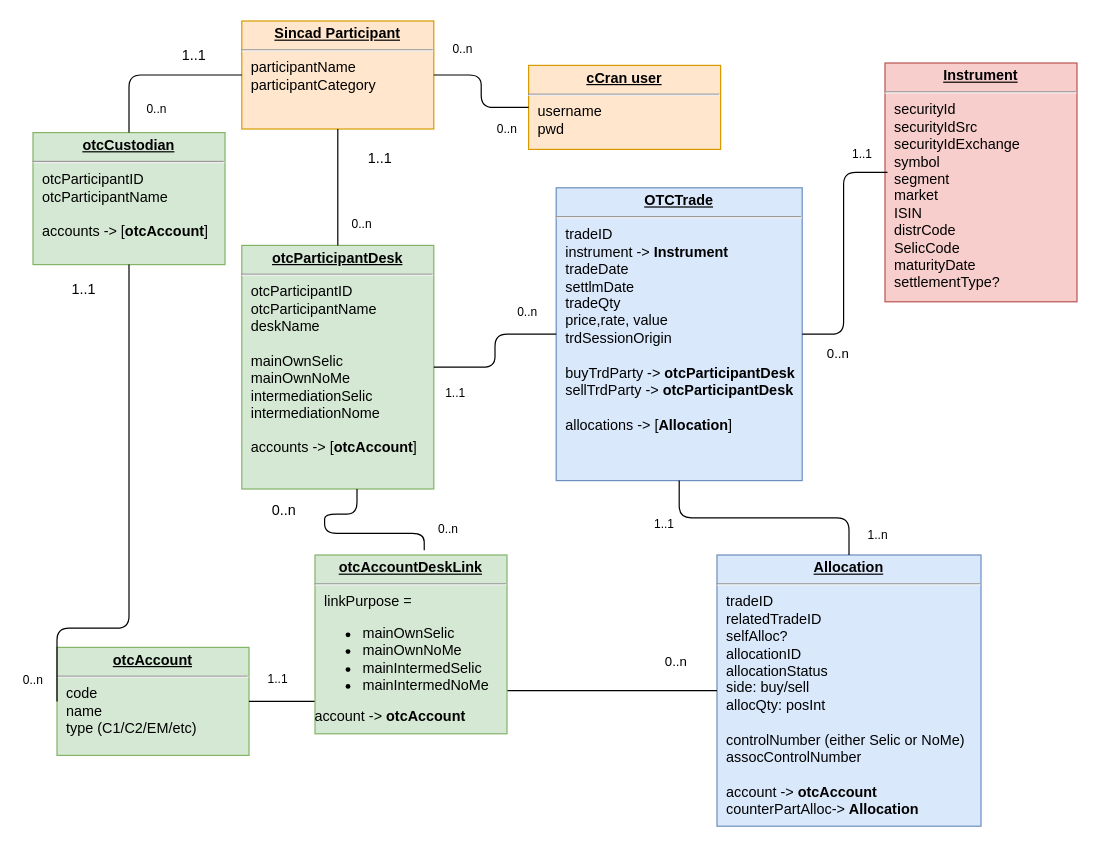
Earlier version of the draw.io diagram Untitled Diagram.drawio (mbolmstrand/graphql_is_the_bomb). Source tidied: cells renumbered, new cells numbered last; positions are measured from the earlier drawing's top-left corner, leaving out a move shared by most shapes. Both pictures are drawn from the tidied source at 120%, with x=0, y=0 at pixel (32, 20).
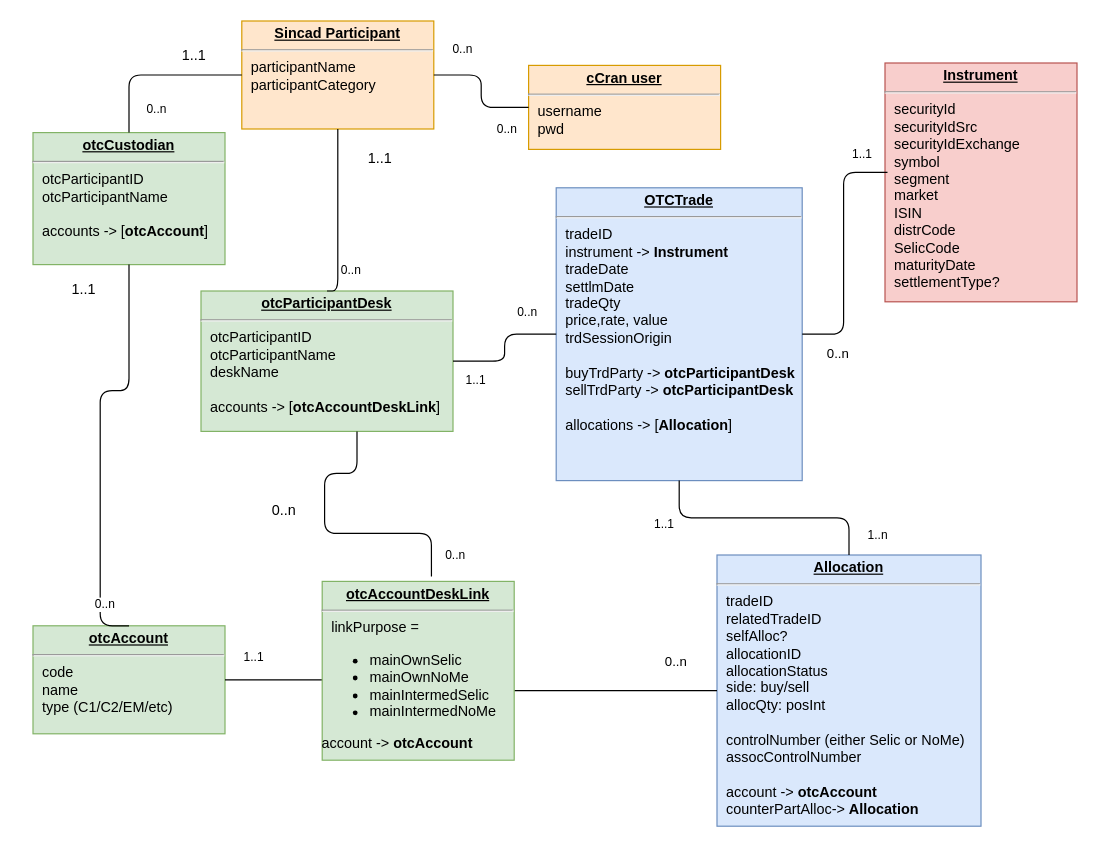
Above is the later version.

Unchanged cells that the change refers to:
```xml
<mxCell id="13" value="&lt;p style=&quot;margin: 0px ; margin-top: 4px ; text-align: center ; text-decoration: underline&quot;&gt;&lt;b&gt;otcCustodian&lt;/b&gt;&lt;/p&gt;&lt;hr&gt;&lt;p style=&quot;margin: 0px ; margin-left: 8px&quot;&gt;otcParticipantID&lt;br&gt;otcParticipantName&lt;/p&gt;&lt;p style=&quot;margin: 0px ; margin-left: 8px&quot;&gt;&lt;br&gt;&lt;/p&gt;&lt;p style=&quot;margin: 0px ; margin-left: 8px&quot;&gt;accounts -&amp;gt; [&lt;b&gt;otcAccount&lt;/b&gt;]&lt;br&gt;&lt;br&gt;&lt;/p&gt;" style="verticalAlign=top;align=left;overflow=fill;fontSize=12;fontFamily=Helvetica;html=1;fillColor=#d5e8d4;strokeColor=#82b366;" parent="1" vertex="1">
  <mxGeometry y="93" width="160" height="110" as="geometry" />
</mxCell>
<mxCell id="42" style="endArrow=none;html=1;startArrow=none;startFill=0;edgeStyle=orthogonalEdgeStyle;endFill=0;entryX=1;entryY=0.5;entryDx=0;entryDy=0;exitX=0;exitY=0.5;exitDx=0;exitDy=0;" parent="1" edge="1" source="23" target="3">
  <mxGeometry relative="1" as="geometry" />
</mxCell>
```

Change to the diagram source:
```diff
@@
-    <mxCell id="3" value="&lt;p style=&quot;margin: 0px ; margin-top: 4px ; text-align: center ; text-decoration: underline&quot;&gt;&lt;b&gt;otcParticipantDesk&lt;/b&gt;&lt;/p&gt;&lt;hr&gt;&lt;p style=&quot;margin: 0px ; margin-left: 8px&quot;&gt;otcParticipantID&lt;br&gt;otcParticipantName&lt;br&gt;deskName&lt;/p&gt;&lt;p style=&quot;margin: 0px ; margin-left: 8px&quot;&gt;&lt;br&gt;&lt;/p&gt;&lt;p style=&quot;margin: 0px ; margin-left: 8px&quot;&gt;mainOwnSelic&lt;/p&gt;&lt;p style=&quot;margin: 0px ; margin-left: 8px&quot;&gt;mainOwnNoMe&lt;/p&gt;&lt;p style=&quot;margin: 0px ; margin-left: 8px&quot;&gt;intermediationSelic&lt;/p&gt;&lt;p style=&quot;margin: 0px ; margin-left: 8px&quot;&gt;intermediationNome&lt;/p&gt;&lt;p style=&quot;margin: 0px ; margin-left: 8px&quot;&gt;&lt;br&gt;&lt;/p&gt;&lt;p style=&quot;margin: 0px ; margin-left: 8px&quot;&gt;accounts -&amp;gt; [&lt;b&gt;otcAccount&lt;/b&gt;]&lt;/p&gt;" style="verticalAlign=top;align=left;overflow=fill;fontSize=12;fontFamily=Helvetica;html=1;fillColor=#d5e8d4;strokeColor=#82b366;" parent="1" vertex="1">
-      <mxGeometry x="174" y="187" width="160" height="203" as="geometry" />
+    <mxCell id="3" value="&lt;p style=&quot;margin: 0px ; margin-top: 4px ; text-align: center ; text-decoration: underline&quot;&gt;&lt;b&gt;otcParticipantDesk&lt;/b&gt;&lt;/p&gt;&lt;hr&gt;&lt;p style=&quot;margin: 0px ; margin-left: 8px&quot;&gt;otcParticipantID&lt;br&gt;otcParticipantName&lt;br&gt;deskName&lt;/p&gt;&lt;p style=&quot;margin: 0px ; margin-left: 8px&quot;&gt;&lt;br&gt;&lt;/p&gt;&lt;p style=&quot;margin: 0px ; margin-left: 8px&quot;&gt;accounts -&amp;gt; [&lt;b&gt;otcAccountDeskLink&lt;/b&gt;]&lt;/p&gt;" style="verticalAlign=top;align=left;overflow=fill;fontSize=12;fontFamily=Helvetica;html=1;fillColor=#d5e8d4;strokeColor=#82b366;" parent="1" vertex="1">
+      <mxGeometry x="140" y="225" width="210" height="117" as="geometry" />
     </mxCell>
     <mxCell id="4" value="&lt;p style=&quot;margin: 0px ; margin-top: 4px ; text-align: center ; text-decoration: underline&quot;&gt;&lt;b&gt;otcAccount&lt;/b&gt;&lt;/p&gt;&lt;hr&gt;&lt;p style=&quot;margin: 0px ; margin-left: 8px&quot;&gt;code&lt;br&gt;name&lt;/p&gt;&lt;p style=&quot;margin: 0px ; margin-left: 8px&quot;&gt;type (C1/C2/EM/etc)&lt;/p&gt;" style="verticalAlign=top;align=left;overflow=fill;fontSize=12;fontFamily=Helvetica;html=1;fillColor=#d5e8d4;strokeColor=#82b366;" parent="1" vertex="1">
-      <mxGeometry x="20" y="522" width="160" height="90" as="geometry" />
+      <mxGeometry y="504" width="160" height="90" as="geometry" />
     </mxCell>
-    <mxCell id="5" style="endArrow=none;html=1;startArrow=none;startFill=0;edgeStyle=orthogonalEdgeStyle;exitX=0.569;exitY=-0.027;exitDx=0;exitDy=0;endFill=0;exitPerimeter=0;" parent="1" edge="1" source="46" target="3">
+    <mxCell id="5" style="endArrow=none;html=1;startArrow=none;startFill=0;edgeStyle=orthogonalEdgeStyle;exitX=0.569;exitY=-0.027;exitDx=0;exitDy=0;endFill=0;exitPerimeter=0;jumpStyle=arc;" parent="1" edge="1" source="46" target="3">
       <mxGeometry relative="1" as="geometry">
         <Array as="points">
+          <mxPoint x="332" y="427" />
           <mxPoint x="243" y="427" />
-          <mxPoint x="243" y="411" />
-          <mxPoint x="270" y="411" />
+          <mxPoint x="243" y="377" />
+          <mxPoint x="270" y="377" />
         </Array>
       </mxGeometry>
     </mxCell>
@@
-    <mxCell id="14" style="endArrow=none;html=1;startArrow=none;startFill=0;edgeStyle=orthogonalEdgeStyle;endFill=0;entryX=0.5;entryY=1;entryDx=0;entryDy=0;exitX=0;exitY=0.5;exitDx=0;exitDy=0;" parent="1" edge="1" source="4" target="13">
+    <mxCell id="14" style="endArrow=none;html=1;startArrow=none;startFill=0;edgeStyle=orthogonalEdgeStyle;endFill=0;entryX=0.5;entryY=1;entryDx=0;entryDy=0;exitX=0.5;exitY=0;exitDx=0;exitDy=0;" parent="1" edge="1" source="4" target="13">
       <mxGeometry relative="1" as="geometry">
         <Array as="points">
-          <mxPoint x="80" y="506" />
+          <mxPoint x="56" y="308" />
+          <mxPoint x="80" y="308" />
         </Array>
       </mxGeometry>
     </mxCell>
@@
     <mxCell id="43" value="1..1" style="html=1;align=left;verticalAlign=top;labelBackgroundColor=#ffffff;fontSize=10;" parent="42" vertex="1">
       <mxGeometry x="-1" relative="1" as="geometry">
-        <mxPoint x="-94" y="37" as="offset" />
+        <mxPoint x="-77" y="26" as="offset" />
       </mxGeometry>
     </mxCell>
@@
     <mxCell id="46" value="&lt;p style=&quot;margin: 0px ; margin-top: 4px ; text-align: center ; text-decoration: underline&quot;&gt;&lt;b&gt;otcAccountDeskLink&lt;/b&gt;&lt;/p&gt;&lt;hr&gt;&lt;p style=&quot;margin: 0px ; margin-left: 8px&quot;&gt;linkPurpose =&amp;nbsp;&lt;/p&gt;&lt;p style=&quot;margin: 0px ; margin-left: 8px&quot;&gt;&lt;/p&gt;&lt;ul&gt;&lt;li&gt;&lt;span&gt;mainOwnSelic&lt;/span&gt;&lt;/li&gt;&lt;li&gt;&lt;span&gt;mainOwnNoMe&lt;/span&gt;&lt;/li&gt;&lt;li&gt;&lt;span&gt;mainIntermedSelic&lt;/span&gt;&lt;/li&gt;&lt;li&gt;&lt;span&gt;mainIntermedNoMe&lt;/span&gt;&lt;/li&gt;&lt;/ul&gt;&lt;div&gt;account -&amp;gt; &lt;b&gt;otcAccount&lt;/b&gt;&lt;/div&gt;&lt;p&gt;&lt;/p&gt;&lt;p style=&quot;margin: 0px ; margin-left: 8px&quot;&gt;&lt;br&gt;&lt;/p&gt;" style="verticalAlign=top;align=left;overflow=fill;fontSize=12;fontFamily=Helvetica;html=1;fillColor=#d5e8d4;strokeColor=#82b366;" parent="1" vertex="1">
-      <mxGeometry x="235" y="445" width="160" height="149" as="geometry" />
+      <mxGeometry x="241" y="467" width="160" height="149" as="geometry" />
     </mxCell>
```
